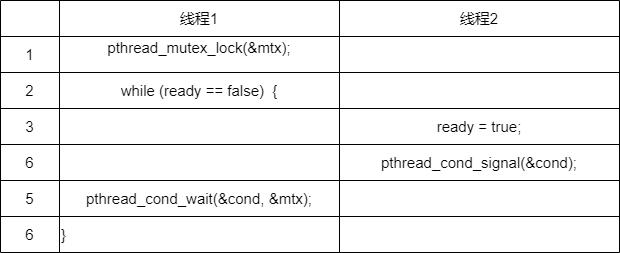
guxdong/imgrepo keeps this draw.io diagram as os/条件变量需要互斥锁的理由.drawio.png. Above is the earlier version. Source tidied: cells renumbered, new cells last; positions are measured from the earlier drawing's top-left corner, leaving out a move shared by most shapes.
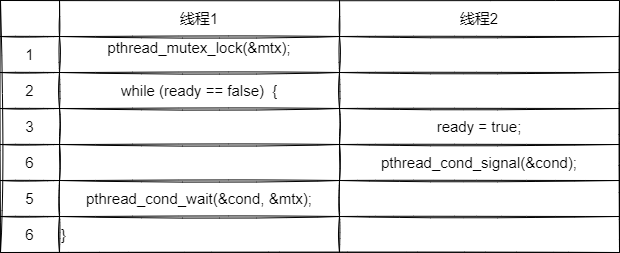
The same diagram one commit later.

Commit message:
更新条件变量需要互斥锁的理由.drawio.png

Change to the diagram source:
```diff
@@ -2,91 +2,91 @@
   <root>
     <mxCell id="0" />
     <mxCell id="1" parent="0" />
-    <mxCell id="2" style="shape=table;startSize=0;rounded=0;fontSize=15;" parent="1" vertex="1">
+    <mxCell id="2" style="shape=table;startSize=0;rounded=0;fontSize=15;arcSize=43;sketch=1;" parent="1" vertex="1">
       <mxGeometry width="619" height="252" as="geometry" />
     </mxCell>
-    <mxCell id="3" style="shape=tableRow;horizontal=0;startSize=0;swimlaneHead=0;swimlaneBody=0;top=0;left=0;bottom=0;right=0;fillColor=none;rounded=1;fontSize=15;" parent="2" vertex="1">
+    <mxCell id="3" style="shape=tableRow;horizontal=0;startSize=0;swimlaneHead=0;swimlaneBody=0;top=0;left=0;bottom=0;right=0;fillColor=none;rounded=0;fontSize=15;sketch=1;" parent="2" vertex="1">
       <mxGeometry width="619" height="36" as="geometry" />
     </mxCell>
-    <mxCell id="4" style="shape=partialRectangle;html=1;whiteSpace=wrap;overflow=hidden;fillColor=none;top=0;left=0;bottom=0;right=0;rounded=1;fontSize=15;" parent="3" vertex="1">
+    <mxCell id="4" style="shape=partialRectangle;html=1;whiteSpace=wrap;overflow=hidden;fillColor=none;top=0;left=0;bottom=0;right=0;rounded=0;fontSize=15;sketch=1;" parent="3" vertex="1">
       <mxGeometry width="59" height="36" as="geometry" />
     </mxCell>
-    <mxCell id="5" value="线程1" style="shape=partialRectangle;html=1;whiteSpace=wrap;overflow=hidden;fillColor=none;top=0;left=0;bottom=0;right=0;rounded=1;fontSize=15;" parent="3" vertex="1">
+    <mxCell id="5" value="线程1" style="shape=partialRectangle;html=1;whiteSpace=wrap;overflow=hidden;fillColor=none;top=0;left=0;bottom=0;right=0;rounded=0;fontSize=15;sketch=1;" parent="3" vertex="1">
       <mxGeometry x="59" width="280" height="36" as="geometry" />
     </mxCell>
-    <mxCell id="6" value="线程2" style="shape=partialRectangle;html=1;whiteSpace=wrap;overflow=hidden;fillColor=none;top=0;left=0;bottom=0;right=0;rounded=1;fontSize=15;" parent="3" vertex="1">
+    <mxCell id="6" value="线程2" style="shape=partialRectangle;html=1;whiteSpace=wrap;overflow=hidden;fillColor=none;top=0;left=0;bottom=0;right=0;rounded=0;fontSize=15;sketch=1;" parent="3" vertex="1">
       <mxGeometry x="339" width="280" height="36" as="geometry" />
     </mxCell>
-    <mxCell id="7" style="shape=tableRow;horizontal=0;startSize=0;swimlaneHead=0;swimlaneBody=0;top=0;left=0;bottom=0;right=0;fillColor=none;rounded=1;fontSize=15;" parent="2" vertex="1">
+    <mxCell id="7" style="shape=tableRow;horizontal=0;startSize=0;swimlaneHead=0;swimlaneBody=0;top=0;left=0;bottom=0;right=0;fillColor=none;rounded=0;fontSize=15;sketch=1;" parent="2" vertex="1">
       <mxGeometry y="36" width="619" height="36" as="geometry" />
     </mxCell>
-    <mxCell id="8" value="1" style="shape=partialRectangle;html=1;whiteSpace=wrap;overflow=hidden;fillColor=none;top=0;left=0;bottom=0;right=0;rounded=1;fontSize=15;" parent="7" vertex="1">
+    <mxCell id="8" value="1" style="shape=partialRectangle;html=1;whiteSpace=wrap;overflow=hidden;fillColor=none;top=0;left=0;bottom=0;right=0;rounded=0;fontSize=15;sketch=1;" parent="7" vertex="1">
       <mxGeometry width="59" height="36" as="geometry" />
     </mxCell>
-    <mxCell id="9" value="&lt;div style=&quot;font-size: 15px;&quot;&gt;pthread_mutex_lock(&amp;amp;mtx);&lt;/div&gt;&lt;div style=&quot;font-size: 15px;&quot;&gt;&lt;br style=&quot;font-size: 15px;&quot;&gt;&lt;/div&gt;" style="shape=partialRectangle;html=1;whiteSpace=wrap;overflow=hidden;fillColor=none;top=0;left=0;bottom=0;right=0;rounded=1;fontSize=15;" parent="7" vertex="1">
+    <mxCell id="9" value="&lt;div style=&quot;font-size: 15px;&quot;&gt;pthread_mutex_lock(&amp;amp;mtx);&lt;/div&gt;&lt;div style=&quot;font-size: 15px;&quot;&gt;&lt;br style=&quot;font-size: 15px;&quot;&gt;&lt;/div&gt;" style="shape=partialRectangle;html=1;whiteSpace=wrap;overflow=hidden;fillColor=none;top=0;left=0;bottom=0;right=0;rounded=0;fontSize=15;sketch=1;" parent="7" vertex="1">
       <mxGeometry x="59" width="280" height="36" as="geometry" />
     </mxCell>
-    <mxCell id="10" style="shape=partialRectangle;html=1;whiteSpace=wrap;overflow=hidden;fillColor=none;top=0;left=0;bottom=0;right=0;rounded=1;fontSize=15;" parent="7" vertex="1">
+    <mxCell id="10" style="shape=partialRectangle;html=1;whiteSpace=wrap;overflow=hidden;fillColor=none;top=0;left=0;bottom=0;right=0;rounded=0;fontSize=15;sketch=1;" parent="7" vertex="1">
       <mxGeometry x="339" width="280" height="36" as="geometry" />
     </mxCell>
-    <mxCell id="11" style="shape=tableRow;horizontal=0;startSize=0;swimlaneHead=0;swimlaneBody=0;top=0;left=0;bottom=0;right=0;fillColor=none;rounded=1;fontSize=15;" parent="2" vertex="1">
+    <mxCell id="11" style="shape=tableRow;horizontal=0;startSize=0;swimlaneHead=0;swimlaneBody=0;top=0;left=0;bottom=0;right=0;fillColor=none;rounded=0;fontSize=15;sketch=1;" parent="2" vertex="1">
       <mxGeometry y="72" width="619" height="36" as="geometry" />
     </mxCell>
-    <mxCell id="12" value="2" style="shape=partialRectangle;html=1;whiteSpace=wrap;overflow=hidden;fillColor=none;top=0;left=0;bottom=0;right=0;rounded=1;fontSize=15;" parent="11" vertex="1">
+    <mxCell id="12" value="2" style="shape=partialRectangle;html=1;whiteSpace=wrap;overflow=hidden;fillColor=none;top=0;left=0;bottom=0;right=0;rounded=0;fontSize=15;sketch=1;" parent="11" vertex="1">
       <mxGeometry width="59" height="36" as="geometry" />
     </mxCell>
-    <mxCell id="13" value="while (ready == false)&amp;nbsp; {" style="shape=partialRectangle;html=1;whiteSpace=wrap;overflow=hidden;fillColor=none;top=0;left=0;bottom=0;right=0;rounded=1;fontSize=15;" parent="11" vertex="1">
+    <mxCell id="13" value="while (ready == false)&amp;nbsp; {" style="shape=partialRectangle;html=1;whiteSpace=wrap;overflow=hidden;fillColor=none;top=0;left=0;bottom=0;right=0;rounded=0;fontSize=15;sketch=1;" parent="11" vertex="1">
       <mxGeometry x="59" width="280" height="36" as="geometry" />
     </mxCell>
-    <mxCell id="14" style="shape=partialRectangle;html=1;whiteSpace=wrap;overflow=hidden;fillColor=none;top=0;left=0;bottom=0;right=0;rounded=1;fontSize=15;" parent="11" vertex="1">
+    <mxCell id="14" style="shape=partialRectangle;html=1;whiteSpace=wrap;overflow=hidden;fillColor=none;top=0;left=0;bottom=0;right=0;rounded=0;fontSize=15;sketch=1;" parent="11" vertex="1">
       <mxGeometry x="339" width="280" height="36" as="geometry" />
     </mxCell>
-    <mxCell id="15" style="shape=tableRow;horizontal=0;startSize=0;swimlaneHead=0;swimlaneBody=0;top=0;left=0;bottom=0;right=0;fillColor=none;rounded=1;fontSize=15;" parent="2" vertex="1">
+    <mxCell id="15" style="shape=tableRow;horizontal=0;startSize=0;swimlaneHead=0;swimlaneBody=0;top=0;left=0;bottom=0;right=0;fillColor=none;rounded=0;fontSize=15;sketch=1;" parent="2" vertex="1">
       <mxGeometry y="108" width="619" height="36" as="geometry" />
     </mxCell>
-    <mxCell id="16" value="3" style="shape=partialRectangle;html=1;whiteSpace=wrap;overflow=hidden;fillColor=none;top=0;left=0;bottom=0;right=0;rounded=1;fontSize=15;" parent="15" vertex="1">
+    <mxCell id="16" value="3" style="shape=partialRectangle;html=1;whiteSpace=wrap;overflow=hidden;fillColor=none;top=0;left=0;bottom=0;right=0;rounded=0;fontSize=15;sketch=1;" parent="15" vertex="1">
       <mxGeometry width="59" height="36" as="geometry" />
     </mxCell>
-    <mxCell id="17" style="shape=partialRectangle;html=1;whiteSpace=wrap;overflow=hidden;fillColor=none;top=0;left=0;bottom=0;right=0;rounded=1;fontSize=15;" parent="15" vertex="1">
+    <mxCell id="17" style="shape=partialRectangle;html=1;whiteSpace=wrap;overflow=hidden;fillColor=none;top=0;left=0;bottom=0;right=0;rounded=0;fontSize=15;sketch=1;" parent="15" vertex="1">
       <mxGeometry x="59" width="280" height="36" as="geometry" />
     </mxCell>
-    <mxCell id="18" value="ready = true;" style="shape=partialRectangle;html=1;whiteSpace=wrap;overflow=hidden;fillColor=none;top=0;left=0;bottom=0;right=0;rounded=1;fontSize=15;" parent="15" vertex="1">
+    <mxCell id="18" value="ready = true;" style="shape=partialRectangle;html=1;whiteSpace=wrap;overflow=hidden;fillColor=none;top=0;left=0;bottom=0;right=0;rounded=0;fontSize=15;sketch=1;" parent="15" vertex="1">
       <mxGeometry x="339" width="280" height="36" as="geometry" />
     </mxCell>
-    <mxCell id="19" style="shape=tableRow;horizontal=0;startSize=0;swimlaneHead=0;swimlaneBody=0;top=0;left=0;bottom=0;right=0;fillColor=none;rounded=1;fontSize=15;" parent="2" vertex="1">
+    <mxCell id="19" style="shape=tableRow;horizontal=0;startSize=0;swimlaneHead=0;swimlaneBody=0;top=0;left=0;bottom=0;right=0;fillColor=none;rounded=0;fontSize=15;sketch=1;" parent="2" vertex="1">
       <mxGeometry y="144" width="619" height="36" as="geometry" />
     </mxCell>
-    <mxCell id="20" value="6" style="shape=partialRectangle;html=1;whiteSpace=wrap;overflow=hidden;fillColor=none;top=0;left=0;bottom=0;right=0;rounded=1;fontSize=15;" parent="19" vertex="1">
+    <mxCell id="20" value="6" style="shape=partialRectangle;html=1;whiteSpace=wrap;overflow=hidden;fillColor=none;top=0;left=0;bottom=0;right=0;rounded=0;fontSize=15;sketch=1;" parent="19" vertex="1">
       <mxGeometry width="59" height="36" as="geometry" />
     </mxCell>
-    <mxCell id="21" style="shape=partialRectangle;html=1;whiteSpace=wrap;overflow=hidden;fillColor=none;top=0;left=0;bottom=0;right=0;rounded=1;fontSize=15;" parent="19" vertex="1">
+    <mxCell id="21" style="shape=partialRectangle;html=1;whiteSpace=wrap;overflow=hidden;fillColor=none;top=0;left=0;bottom=0;right=0;rounded=0;fontSize=15;sketch=1;" parent="19" vertex="1">
       <mxGeometry x="59" width="280" height="36" as="geometry" />
     </mxCell>
-    <mxCell id="22" value="pthread_cond_signal(&amp;amp;cond);" style="shape=partialRectangle;html=1;whiteSpace=wrap;overflow=hidden;fillColor=none;top=0;left=0;bottom=0;right=0;rounded=1;fontSize=15;" parent="19" vertex="1">
+    <mxCell id="22" value="pthread_cond_signal(&amp;amp;cond);" style="shape=partialRectangle;html=1;whiteSpace=wrap;overflow=hidden;fillColor=none;top=0;left=0;bottom=0;right=0;rounded=0;fontSize=15;sketch=1;" parent="19" vertex="1">
       <mxGeometry x="339" width="280" height="36" as="geometry" />
     </mxCell>
-    <mxCell id="23" style="shape=tableRow;horizontal=0;startSize=0;swimlaneHead=0;swimlaneBody=0;top=0;left=0;bottom=0;right=0;fillColor=none;rounded=1;fontSize=15;" parent="2" vertex="1">
+    <mxCell id="23" style="shape=tableRow;horizontal=0;startSize=0;swimlaneHead=0;swimlaneBody=0;top=0;left=0;bottom=0;right=0;fillColor=none;rounded=0;fontSize=15;sketch=1;" parent="2" vertex="1">
       <mxGeometry y="180" width="619" height="36" as="geometry" />
     </mxCell>
-    <mxCell id="24" value="5" style="shape=partialRectangle;html=1;whiteSpace=wrap;overflow=hidden;fillColor=none;top=0;left=0;bottom=0;right=0;rounded=1;fontSize=15;" parent="23" vertex="1">
+    <mxCell id="24" value="5" style="shape=partialRectangle;html=1;whiteSpace=wrap;overflow=hidden;fillColor=none;top=0;left=0;bottom=0;right=0;rounded=0;fontSize=15;sketch=1;" parent="23" vertex="1">
       <mxGeometry width="59" height="36" as="geometry" />
     </mxCell>
-    <mxCell id="25" value="pthread_cond_wait(&amp;amp;cond, &amp;amp;mtx);" style="shape=partialRectangle;html=1;whiteSpace=wrap;overflow=hidden;fillColor=none;top=0;left=0;bottom=0;right=0;rounded=1;fontSize=15;" parent="23" vertex="1">
+    <mxCell id="25" value="pthread_cond_wait(&amp;amp;cond, &amp;amp;mtx);" style="shape=partialRectangle;html=1;whiteSpace=wrap;overflow=hidden;fillColor=none;top=0;left=0;bottom=0;right=0;rounded=0;fontSize=15;sketch=1;" parent="23" vertex="1">
       <mxGeometry x="59" width="280" height="36" as="geometry" />
     </mxCell>
-    <mxCell id="26" style="shape=partialRectangle;html=1;whiteSpace=wrap;overflow=hidden;fillColor=none;top=0;left=0;bottom=0;right=0;rounded=1;fontSize=15;" parent="23" vertex="1">
+    <mxCell id="26" style="shape=partialRectangle;html=1;whiteSpace=wrap;overflow=hidden;fillColor=none;top=0;left=0;bottom=0;right=0;rounded=0;fontSize=15;sketch=1;" parent="23" vertex="1">
       <mxGeometry x="339" width="280" height="36" as="geometry" />
     </mxCell>
-    <mxCell id="27" style="shape=tableRow;horizontal=0;startSize=0;swimlaneHead=0;swimlaneBody=0;top=0;left=0;bottom=0;right=0;fillColor=none;rounded=1;fontSize=15;" parent="2" vertex="1">
+    <mxCell id="27" style="shape=tableRow;horizontal=0;startSize=0;swimlaneHead=0;swimlaneBody=0;top=0;left=0;bottom=0;right=0;fillColor=none;rounded=0;fontSize=15;sketch=1;" parent="2" vertex="1">
       <mxGeometry y="216" width="619" height="36" as="geometry" />
     </mxCell>
-    <mxCell id="28" value="6" style="shape=partialRectangle;html=1;whiteSpace=wrap;overflow=hidden;fillColor=none;top=0;left=0;bottom=0;right=0;rounded=1;align=center;fontSize=15;" parent="27" vertex="1">
+    <mxCell id="28" value="6" style="shape=partialRectangle;html=1;whiteSpace=wrap;overflow=hidden;fillColor=none;top=0;left=0;bottom=0;right=0;rounded=0;align=center;fontSize=15;sketch=1;" parent="27" vertex="1">
       <mxGeometry width="59" height="36" as="geometry" />
     </mxCell>
-    <mxCell id="29" value="}" style="shape=partialRectangle;html=1;whiteSpace=wrap;overflow=hidden;fillColor=none;top=0;left=0;bottom=0;right=0;rounded=1;align=left;fontSize=15;" parent="27" vertex="1">
+    <mxCell id="29" value="}" style="shape=partialRectangle;html=1;whiteSpace=wrap;overflow=hidden;fillColor=none;top=0;left=0;bottom=0;right=0;rounded=0;align=left;fontSize=15;sketch=1;" parent="27" vertex="1">
       <mxGeometry x="59" width="280" height="36" as="geometry" />
     </mxCell>
-    <mxCell id="30" style="shape=partialRectangle;html=1;whiteSpace=wrap;overflow=hidden;fillColor=none;top=0;left=0;bottom=0;right=0;rounded=1;fontSize=15;" parent="27" vertex="1">
+    <mxCell id="30" style="shape=partialRectangle;html=1;whiteSpace=wrap;overflow=hidden;fillColor=none;top=0;left=0;bottom=0;right=0;rounded=0;fontSize=15;sketch=1;" parent="27" vertex="1">
       <mxGeometry x="339" width="280" height="36" as="geometry" />
     </mxCell>
   </root>
```
